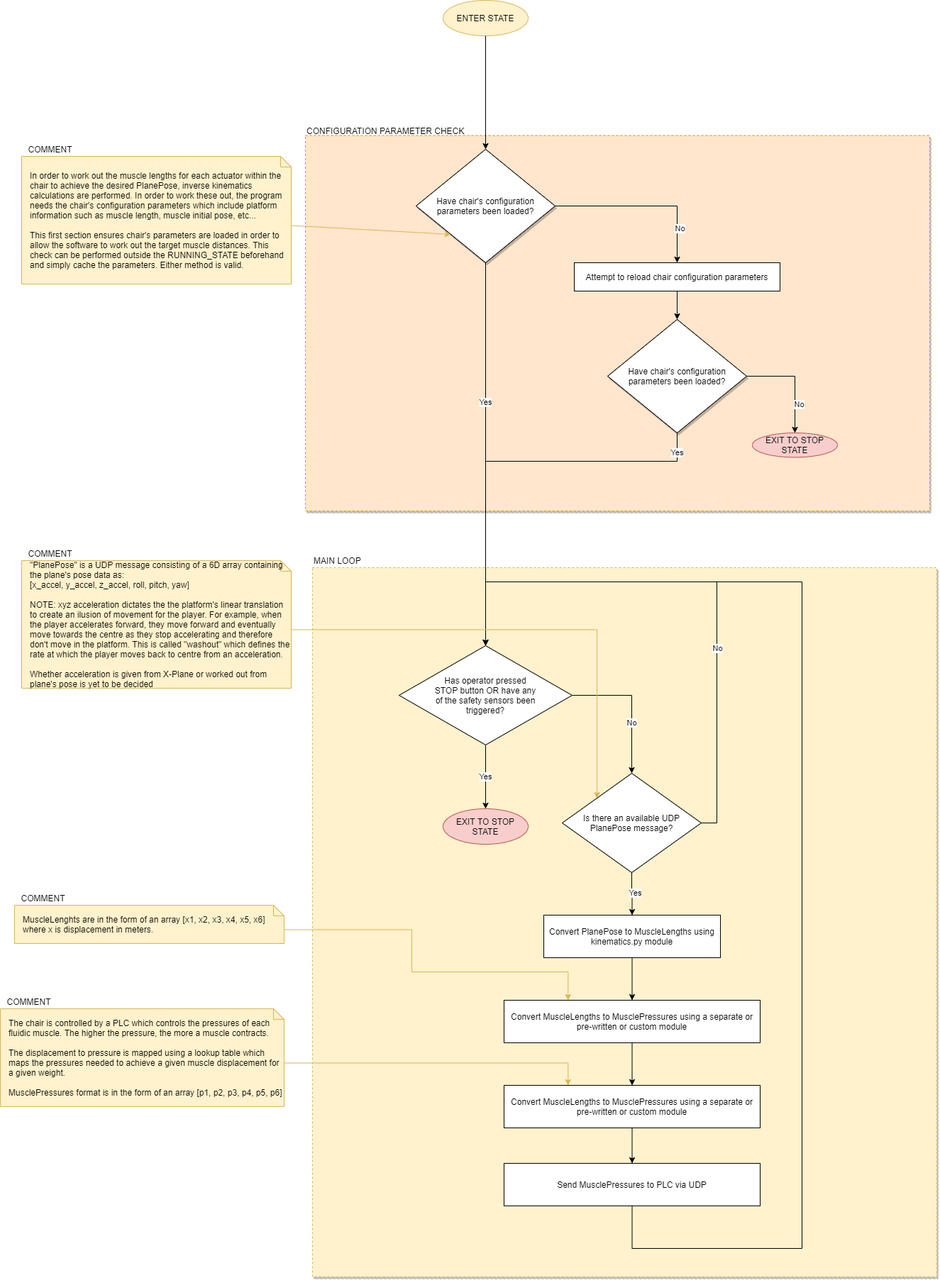
This is images/RUNNING_STATE_Functionality.png from robodude0395/Falcon2_Flight_Sim_Software, a draw.io export, as it was before one commit. Source tidied: cells renumbered, new cells last; positions are measured from the earlier drawing's top-left corner, leaving out a move shared by most shapes. The source it was exported from:
```xml
<mxGraphModel>
  <root>
    <mxCell id="0" />
    <mxCell id="1" parent="0" />
    <mxCell id="2" value="a" style="rounded=0;whiteSpace=wrap;html=1;shadow=1;dashed=1;fillColor=#fff2cc;strokeColor=#d6b656;" parent="1" vertex="1">
      <mxGeometry x="440" y="800" width="880" height="1000" as="geometry" />
    </mxCell>
    <mxCell id="3" style="group;" parent="1" vertex="1">
      <mxGeometry x="420" y="170" width="890" height="550" as="geometry" />
    </mxCell>
    <mxCell id="4" style="rounded=0;whiteSpace=wrap;html=1;shadow=1;dashed=1;fillColor=#ffe6cc;strokeColor=#d79b00;" parent="3" vertex="1">
      <mxGeometry x="10" y="20.6" width="880" height="529.4" as="geometry" />
    </mxCell>
    <mxCell id="5" value="CONFIGURATION PARAMETER CHECK" style="text;html=1;strokeColor=none;fillColor=none;align=left;verticalAlign=middle;whiteSpace=wrap;rounded=0;shadow=1;dashed=1;" parent="3" vertex="1">
      <mxGeometry x="10" y="6.9" width="250" height="13.8" as="geometry" />
    </mxCell>
    <mxCell id="6" value="EXIT TO STOP STATE" style="ellipse;whiteSpace=wrap;html=1;fillColor=#f8cecc;strokeColor=#b85450;" parent="3" vertex="1">
      <mxGeometry x="640" y="440" width="120" height="34.4" as="geometry" />
    </mxCell>
    <mxCell id="7" value="Yes" style="edgeStyle=orthogonalEdgeStyle;rounded=0;jettySize=auto;html=1;" parent="1" edge="1" source="11" target="43">
      <mxGeometry x="-0.27" relative="1" as="geometry" />
    </mxCell>
    <mxCell id="8" value="ENTER STATE" style="ellipse;whiteSpace=wrap;html=1;fillColor=#fff2cc;strokeColor=#d6b656;" parent="1" vertex="1">
      <mxGeometry x="624" width="120" height="50" as="geometry" />
    </mxCell>
    <mxCell id="9" style="edgeStyle=orthogonalEdgeStyle;rounded=0;jettySize=auto;html=1;exitX=1;exitY=0.5;exitDx=0;exitDy=0;entryX=0.5;entryY=0;entryDx=0;entryDy=0;" parent="1" edge="1" source="11" target="14">
      <mxGeometry relative="1" as="geometry">
        <Array as="points">
          <mxPoint x="954" y="290" />
        </Array>
      </mxGeometry>
    </mxCell>
    <mxCell id="10" value="No" style="edgeLabel;html=1;align=center;verticalAlign=middle;" parent="9" vertex="1">
      <mxGeometry x="0.61" y="3" relative="1" as="geometry" />
    </mxCell>
    <mxCell id="11" value="Have chair's configuration parameters been loaded?" style="rhombus;whiteSpace=wrap;html=1;shadow=1;spacing=20;" parent="1" vertex="1">
      <mxGeometry x="586" y="210" width="196" height="160" as="geometry" />
    </mxCell>
    <mxCell id="12" style="edgeStyle=orthogonalEdgeStyle;rounded=0;jettySize=auto;html=1;" parent="1" edge="1" source="8" target="11">
      <mxGeometry relative="1" as="geometry" />
    </mxCell>
    <mxCell id="13" style="edgeStyle=orthogonalEdgeStyle;rounded=0;jettySize=auto;html=1;" parent="1" edge="1" source="14" target="18">
      <mxGeometry relative="1" as="geometry" />
    </mxCell>
    <mxCell id="14" value="Attempt to reload chair configuration parameters" style="rounded=0;whiteSpace=wrap;html=1;" parent="1" vertex="1">
      <mxGeometry x="809" y="370" width="290" height="40" as="geometry" />
    </mxCell>
    <mxCell id="15" style="edgeStyle=orthogonalEdgeStyle;rounded=0;jettySize=auto;html=1;exitX=1;exitY=0.5;exitDx=0;exitDy=0;entryX=0.5;entryY=0;entryDx=0;entryDy=0;" parent="1" edge="1" source="18" target="6">
      <mxGeometry relative="1" as="geometry" />
    </mxCell>
    <mxCell id="16" value="No" style="edgeLabel;html=1;align=center;verticalAlign=middle;" parent="15" vertex="1">
      <mxGeometry x="0.45" y="5" relative="1" as="geometry" />
    </mxCell>
    <mxCell id="17" value="Yes" style="edgeStyle=orthogonalEdgeStyle;rounded=0;jettySize=auto;html=1;exitX=0.5;exitY=1;exitDx=0;exitDy=0;entryX=0.5;entryY=0;entryDx=0;entryDy=0;" parent="1" edge="1" source="18" target="43">
      <mxGeometry x="-0.9" relative="1" as="geometry">
        <Array as="points">
          <mxPoint x="954" y="650" />
          <mxPoint x="684" y="650" />
        </Array>
      </mxGeometry>
    </mxCell>
    <mxCell id="18" value="Have chair's configuration parameters been loaded?" style="rhombus;whiteSpace=wrap;html=1;shadow=1;spacing=20;" parent="1" vertex="1">
      <mxGeometry x="856" y="450" width="196" height="160" as="geometry" />
    </mxCell>
    <mxCell id="19" style="endArrow=classic;html=1;entryX=0;entryY=1;entryDx=0;entryDy=0;exitX=0;exitY=0;exitDx=380;exitDy=97.5;exitPerimeter=0;fillColor=#fff2cc;strokeColor=#d6b656;" parent="1" edge="1" source="24" target="11">
      <mxGeometry relative="1" as="geometry" />
    </mxCell>
    <mxCell id="20" style="group;" parent="1" vertex="1">
      <mxGeometry x="30" y="770" width="380" height="200" as="geometry" />
    </mxCell>
    <mxCell id="21" value="&quot;PlanePose&quot; is a UDP message consisting of a 6D array containing the plane's pose data as:&lt;br&gt;[x_accel, y_accel, z_accel, roll, pitch, yaw]&lt;br&gt;&lt;br&gt;NOTE: xyz acceleration dictates the the platform's linear translation to create an ilusion of movement for the player. For example, when the player accelerates forward, they move forward and eventually move towards the centre as they stop accelerating and therefore don't move in the platform. This is called &quot;washout&quot; which defines the rate at which the player moves back to centre from an acceleration.&lt;br&gt;&lt;br&gt;Whether acceleration is given from X-Plane or worked out from plane's pose is yet to be decided" style="shape=note;size=15;align=left;spacingLeft=10;html=1;whiteSpace=wrap;fillColor=#fff2cc;strokeColor=#d6b656;" parent="20" vertex="1">
      <mxGeometry y="20" width="380" height="180" as="geometry" />
    </mxCell>
    <mxCell id="22" value="COMMENT" style="text;html=1;align=center;verticalAlign=middle;" parent="20" vertex="1">
      <mxGeometry width="80" height="20" as="geometry" />
    </mxCell>
    <mxCell id="23" style="group;" parent="1" vertex="1">
      <mxGeometry x="30" y="200" width="380" height="200" as="geometry" />
    </mxCell>
    <mxCell id="24" value="In order to work out the muscle lengths for each actuator within the chair to achieve the desired PlanePose, inverse kinematics calculations are performed. In order to work these out, the program needs the chair's configuration parameters which include platform information such as muscle length, muscle initial pose, etc...&lt;br&gt;&lt;br&gt;This first section ensures chair's parameters are loaded in order to allow the software to work out the target muscle distances. This check can be performed outside the RUNNING_STATE beforehand and simply cache the parameters. Either method is valid." style="shape=note;size=15;align=left;spacingLeft=10;html=1;whiteSpace=wrap;fillColor=#fff2cc;strokeColor=#d6b656;" parent="23" vertex="1">
      <mxGeometry y="20" width="380" height="180" as="geometry" />
    </mxCell>
    <mxCell id="25" value="COMMENT" style="text;html=1;align=center;verticalAlign=middle;" parent="23" vertex="1">
      <mxGeometry width="80" height="20" as="geometry" />
    </mxCell>
    <mxCell id="26" value="MAIN LOOP" style="text;html=1;strokeColor=none;fillColor=none;align=left;verticalAlign=middle;whiteSpace=wrap;rounded=0;shadow=1;dashed=1;" parent="1" vertex="1">
      <mxGeometry x="440" y="780" width="159" height="20" as="geometry" />
    </mxCell>
    <mxCell id="27" value="EXIT TO STOP STATE" style="ellipse;whiteSpace=wrap;html=1;fillColor=#f8cecc;strokeColor=#b85450;" parent="1" vertex="1">
      <mxGeometry x="624" y="1140" width="120" height="50" as="geometry" />
    </mxCell>
    <mxCell id="28" style="edgeStyle=orthogonalEdgeStyle;rounded=0;jettySize=auto;html=1;exitX=0.5;exitY=1;exitDx=0;exitDy=0;" parent="1" edge="1" source="29" target="36">
      <mxGeometry x="160" y="650" as="geometry" />
    </mxCell>
    <mxCell id="29" value="Convert PlanePose to MuscleLengths using kinematics.py module" style="rounded=0;whiteSpace=wrap;html=1;" parent="1" vertex="1">
      <mxGeometry x="766" y="1290" width="249" height="60" as="geometry" />
    </mxCell>
    <mxCell id="30" value="Is there an available UDP PlanePose message?" style="rhombus;whiteSpace=wrap;html=1;spacing=20;" parent="1" vertex="1">
      <mxGeometry x="792" y="1090" width="196" height="140" as="geometry" />
    </mxCell>
    <mxCell id="31" style="edgeStyle=orthogonalEdgeStyle;rounded=0;jettySize=auto;html=1;exitX=0.5;exitY=1;exitDx=0;exitDy=0;entryX=0.5;entryY=0;entryDx=0;entryDy=0;" parent="1" edge="1" source="30" target="29">
      <mxGeometry x="160" y="650" as="geometry" />
    </mxCell>
    <mxCell id="32" value="Yes" style="edgeLabel;html=1;align=center;verticalAlign=middle;" parent="31" vertex="1">
      <mxGeometry x="-0.07" y="4" relative="1" as="geometry" />
    </mxCell>
    <mxCell id="33" style="edgeStyle=orthogonalEdgeStyle;rounded=0;jettySize=auto;html=1;exitX=1;exitY=0.5;exitDx=0;exitDy=0;entryX=0.5;entryY=0;entryDx=0;entryDy=0;" parent="1" edge="1" source="30" target="43">
      <mxGeometry x="160" y="650" as="geometry">
        <Array as="points">
          <mxPoint x="1010" y="1160" />
          <mxPoint x="1010" y="820" />
          <mxPoint x="684" y="820" />
        </Array>
      </mxGeometry>
    </mxCell>
    <mxCell id="34" value="No" style="edgeLabel;html=1;align=center;verticalAlign=middle;" parent="33" vertex="1">
      <mxGeometry x="-0.36" y="6" relative="1" as="geometry">
        <mxPoint x="6" y="-19" as="offset" />
      </mxGeometry>
    </mxCell>
    <mxCell id="35" style="edgeStyle=orthogonalEdgeStyle;rounded=0;jettySize=auto;html=1;exitX=0.5;exitY=1;exitDx=0;exitDy=0;" parent="1" edge="1" source="36" target="38">
      <mxGeometry x="160" y="650" as="geometry" />
    </mxCell>
    <mxCell id="36" value="Convert MuscleLengths to MusclePressures using a separate or&lt;br&gt;pre-written or custom module" style="rounded=0;whiteSpace=wrap;html=1;" parent="1" vertex="1">
      <mxGeometry x="710" y="1410" width="361" height="60" as="geometry" />
    </mxCell>
    <mxCell id="37" style="edgeStyle=orthogonalEdgeStyle;rounded=0;jettySize=auto;html=1;exitX=0.5;exitY=1;exitDx=0;exitDy=0;" parent="1" edge="1" source="38" target="39">
      <mxGeometry x="160" y="650" as="geometry" />
    </mxCell>
    <mxCell id="38" value="Convert MuscleLengths to MusclePressures using a separate or&lt;br&gt;pre-written or custom module" style="rounded=0;whiteSpace=wrap;html=1;" parent="1" vertex="1">
      <mxGeometry x="710" y="1530" width="361" height="60" as="geometry" />
    </mxCell>
    <mxCell id="39" value="Send MusclePressures to PLC via UDP" style="rounded=0;whiteSpace=wrap;html=1;" parent="1" vertex="1">
      <mxGeometry x="710" y="1640" width="361" height="60" as="geometry" />
    </mxCell>
    <mxCell id="40" style="edgeStyle=orthogonalEdgeStyle;rounded=0;jettySize=auto;html=1;exitX=0.5;exitY=1;exitDx=0;exitDy=0;entryX=0.5;entryY=0;entryDx=0;entryDy=0;" parent="1" edge="1" source="39" target="43">
      <mxGeometry x="160" y="650" as="geometry">
        <Array as="points">
          <mxPoint x="891" y="1760" />
          <mxPoint x="1130" y="1760" />
          <mxPoint x="1130" y="820" />
          <mxPoint x="684" y="820" />
        </Array>
      </mxGeometry>
    </mxCell>
    <mxCell id="41" value="Yes" style="edgeStyle=orthogonalEdgeStyle;rounded=0;jettySize=auto;html=1;" parent="1" edge="1" source="43" target="27">
      <mxGeometry relative="1" as="geometry" />
    </mxCell>
    <mxCell id="42" value="No" style="edgeStyle=orthogonalEdgeStyle;rounded=0;jettySize=auto;html=1;exitX=1;exitY=0.5;exitDx=0;exitDy=0;entryX=0.5;entryY=0;entryDx=0;entryDy=0;" parent="1" edge="1" source="43" target="30">
      <mxGeometry x="0.28" relative="1" as="geometry" />
    </mxCell>
    <mxCell id="43" value="Has operator pressed STOP button OR have any of the safety sensors been triggered?" style="rhombus;whiteSpace=wrap;html=1;spacing=50;" parent="1" vertex="1">
      <mxGeometry x="562" y="910" width="244" height="140" as="geometry" />
    </mxCell>
    <mxCell id="44" style="edgeStyle=orthogonalEdgeStyle;rounded=0;jettySize=auto;html=1;exitX=0;exitY=0;exitDx=380;exitDy=97.5;exitPerimeter=0;entryX=0;entryY=0;entryDx=0;entryDy=0;fillColor=#fff2cc;strokeColor=#d6b656;" parent="1" edge="1" source="21" target="30">
      <mxGeometry relative="1" as="geometry" />
    </mxCell>
    <mxCell id="45" style="group;" parent="1" vertex="1">
      <mxGeometry x="20" y="1410" width="380" height="150" as="geometry" />
    </mxCell>
    <mxCell id="46" value="The chair is controlled by a PLC which controls the pressures of each fluidic muscle. The higher the pressure, the more a muscle contracts.&lt;br&gt;&lt;br&gt;The displacement to pressure is mapped using a lookup table which maps the pressures needed to achieve a given muscle displacement for a given weight.&lt;br&gt;&lt;br&gt;MusclePressures format is in the form of an array [p1, p2, p3, p4, p5, p6]" style="shape=note;size=15;align=left;spacingLeft=10;html=1;whiteSpace=wrap;fillColor=#fff2cc;strokeColor=#d6b656;" parent="45" vertex="1">
      <mxGeometry x="-20" y="12" width="400" height="138" as="geometry" />
    </mxCell>
    <mxCell id="47" value="COMMENT" style="text;html=1;align=center;verticalAlign=middle;" parent="45" vertex="1">
      <mxGeometry x="-20" y="-8" width="80" height="20" as="geometry" />
    </mxCell>
    <mxCell id="48" style="group;" parent="1" vertex="1">
      <mxGeometry x="20" y="1270" width="380" height="60" as="geometry" />
    </mxCell>
    <mxCell id="49" style="group;" parent="48" vertex="1">
      <mxGeometry y="-14" width="380" height="74" as="geometry" />
    </mxCell>
    <mxCell id="50" value="MuscleLenghts are in the form of an array [x1, x2, x3, x4, x5, x6] where x is displacement in meters." style="shape=note;size=15;align=left;spacingLeft=10;html=1;whiteSpace=wrap;fillColor=#fff2cc;strokeColor=#d6b656;" parent="49" vertex="1">
      <mxGeometry y="20" width="380" height="54" as="geometry" />
    </mxCell>
    <mxCell id="51" value="COMMENT" style="text;html=1;align=center;verticalAlign=middle;" parent="49" vertex="1">
      <mxGeometry width="80" height="20" as="geometry" />
    </mxCell>
    <mxCell id="52" style="edgeStyle=orthogonalEdgeStyle;rounded=0;jettySize=auto;html=1;exitX=0;exitY=0;exitDx=380;exitDy=34.5;exitPerimeter=0;entryX=0.25;entryY=0;entryDx=0;entryDy=0;fillColor=#fff2cc;strokeColor=#d6b656;" parent="1" edge="1" source="50" target="36">
      <mxGeometry relative="1" as="geometry">
        <Array as="points">
          <mxPoint x="580" y="1311" />
          <mxPoint x="580" y="1370" />
          <mxPoint x="800" y="1370" />
        </Array>
      </mxGeometry>
    </mxCell>
    <mxCell id="53" style="edgeStyle=orthogonalEdgeStyle;rounded=0;jettySize=auto;html=1;exitX=0;exitY=0;exitDx=400;exitDy=76.5;exitPerimeter=0;entryX=0.25;entryY=0;entryDx=0;entryDy=0;fillColor=#fff2cc;strokeColor=#d6b656;" parent="1" edge="1" source="46" target="38">
      <mxGeometry relative="1" as="geometry">
        <Array as="points">
          <mxPoint x="800" y="1499" />
        </Array>
      </mxGeometry>
    </mxCell>
  </root>
</mxGraphModel>
```
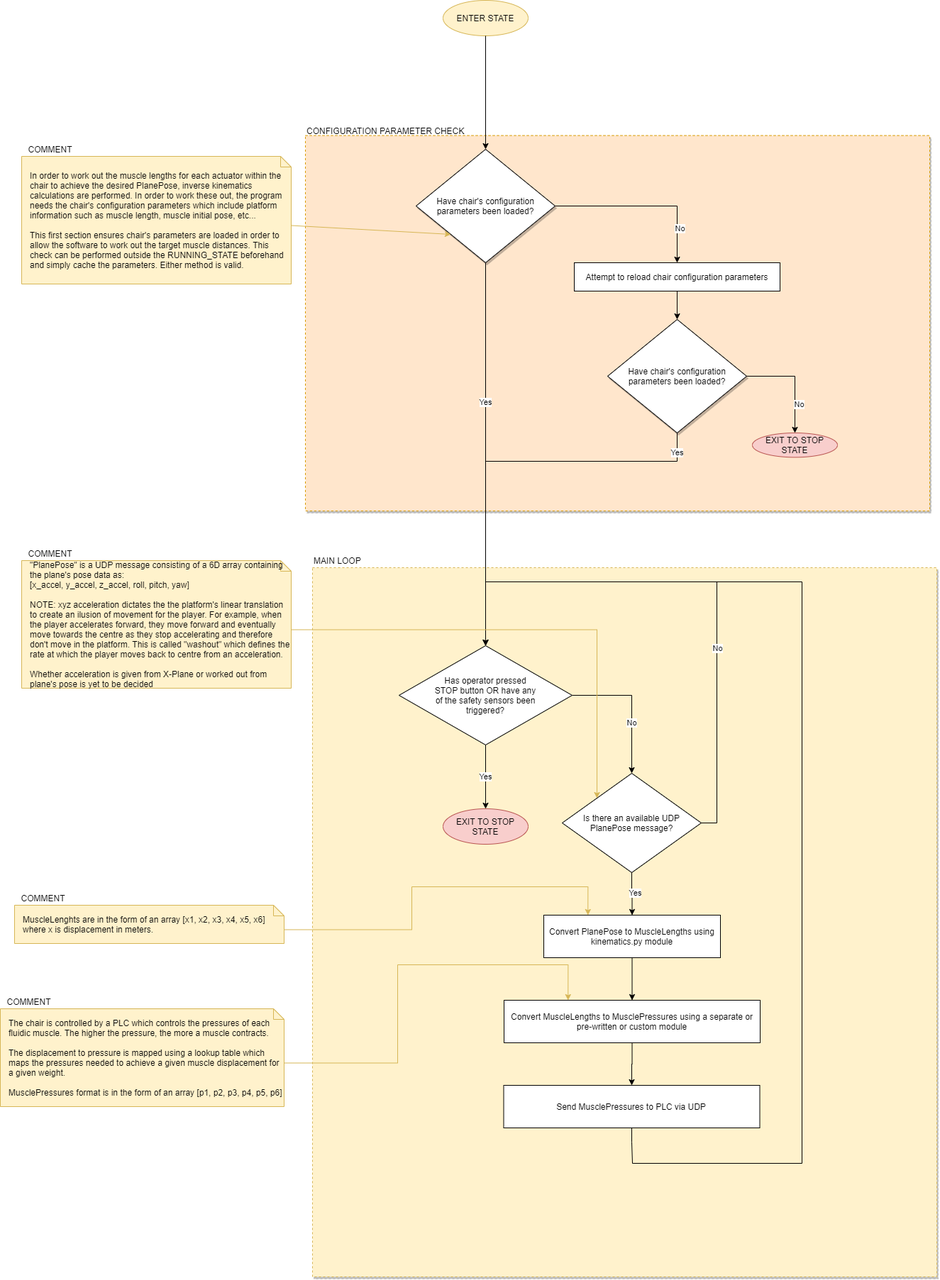
The same diagram one commit later.

Diff of the diagram source:
```diff
@@ -118,26 +118,21 @@
         <mxPoint x="6" y="-19" as="offset" />
       </mxGeometry>
     </mxCell>
-    <mxCell id="35" style="edgeStyle=orthogonalEdgeStyle;rounded=0;jettySize=auto;html=1;exitX=0.5;exitY=1;exitDx=0;exitDy=0;" parent="1" edge="1" source="36" target="38">
+    <mxCell id="35" style="edgeStyle=orthogonalEdgeStyle;rounded=0;jettySize=auto;html=1;exitX=0.5;exitY=1;exitDx=0;exitDy=0;" parent="1" edge="1" source="36" target="39">
       <mxGeometry x="160" y="650" as="geometry" />
     </mxCell>
     <mxCell id="36" value="Convert MuscleLengths to MusclePressures using a separate or&lt;br&gt;pre-written or custom module" style="rounded=0;whiteSpace=wrap;html=1;" parent="1" vertex="1">
       <mxGeometry x="710" y="1410" width="361" height="60" as="geometry" />
     </mxCell>
-    <mxCell id="37" style="edgeStyle=orthogonalEdgeStyle;rounded=0;jettySize=auto;html=1;exitX=0.5;exitY=1;exitDx=0;exitDy=0;" parent="1" edge="1" source="38" target="39">
-      <mxGeometry x="160" y="650" as="geometry" />
-    </mxCell>
-    <mxCell id="38" value="Convert MuscleLengths to MusclePressures using a separate or&lt;br&gt;pre-written or custom module" style="rounded=0;whiteSpace=wrap;html=1;" parent="1" vertex="1">
-      <mxGeometry x="710" y="1530" width="361" height="60" as="geometry" />
-    </mxCell>
     <mxCell id="39" value="Send MusclePressures to PLC via UDP" style="rounded=0;whiteSpace=wrap;html=1;" parent="1" vertex="1">
-      <mxGeometry x="710" y="1640" width="361" height="60" as="geometry" />
+      <mxGeometry x="709.5" y="1530" width="361" height="60" as="geometry" />
     </mxCell>
     <mxCell id="40" style="edgeStyle=orthogonalEdgeStyle;rounded=0;jettySize=auto;html=1;exitX=0.5;exitY=1;exitDx=0;exitDy=0;entryX=0.5;entryY=0;entryDx=0;entryDy=0;" parent="1" edge="1" source="39" target="43">
       <mxGeometry x="160" y="650" as="geometry">
         <Array as="points">
-          <mxPoint x="891" y="1760" />
-          <mxPoint x="1130" y="1760" />
+          <mxPoint x="890" y="1610" />
+          <mxPoint x="891" y="1640" />
+          <mxPoint x="1130" y="1640" />
           <mxPoint x="1130" y="820" />
           <mxPoint x="684" y="820" />
         </Array>
@@ -176,19 +171,21 @@
     <mxCell id="51" value="COMMENT" style="text;html=1;align=center;verticalAlign=middle;" parent="49" vertex="1">
       <mxGeometry width="80" height="20" as="geometry" />
     </mxCell>
-    <mxCell id="52" style="edgeStyle=orthogonalEdgeStyle;rounded=0;jettySize=auto;html=1;exitX=0;exitY=0;exitDx=380;exitDy=34.5;exitPerimeter=0;entryX=0.25;entryY=0;entryDx=0;entryDy=0;fillColor=#fff2cc;strokeColor=#d6b656;" parent="1" edge="1" source="50" target="36">
+    <mxCell id="52" style="edgeStyle=orthogonalEdgeStyle;rounded=0;jettySize=auto;html=1;exitX=0;exitY=0;exitDx=380;exitDy=34.5;exitPerimeter=0;entryX=0.25;entryY=0;entryDx=0;entryDy=0;fillColor=#fff2cc;strokeColor=#d6b656;" parent="1" edge="1" source="50" target="29">
       <mxGeometry relative="1" as="geometry">
         <Array as="points">
           <mxPoint x="580" y="1311" />
-          <mxPoint x="580" y="1370" />
-          <mxPoint x="800" y="1370" />
+          <mxPoint x="580" y="1250" />
+          <mxPoint x="828" y="1250" />
         </Array>
       </mxGeometry>
     </mxCell>
-    <mxCell id="53" style="edgeStyle=orthogonalEdgeStyle;rounded=0;jettySize=auto;html=1;exitX=0;exitY=0;exitDx=400;exitDy=76.5;exitPerimeter=0;entryX=0.25;entryY=0;entryDx=0;entryDy=0;fillColor=#fff2cc;strokeColor=#d6b656;" parent="1" edge="1" source="46" target="38">
+    <mxCell id="53" style="edgeStyle=orthogonalEdgeStyle;rounded=0;jettySize=auto;html=1;exitX=0;exitY=0;exitDx=400;exitDy=76.5;exitPerimeter=0;entryX=0.25;entryY=0;entryDx=0;entryDy=0;fillColor=#fff2cc;strokeColor=#d6b656;" parent="1" edge="1" source="46" target="36">
       <mxGeometry relative="1" as="geometry">
         <Array as="points">
-          <mxPoint x="800" y="1499" />
+          <mxPoint x="560" y="1499" />
+          <mxPoint x="560" y="1360" />
+          <mxPoint x="800" y="1360" />
         </Array>
       </mxGeometry>
     </mxCell>
```
